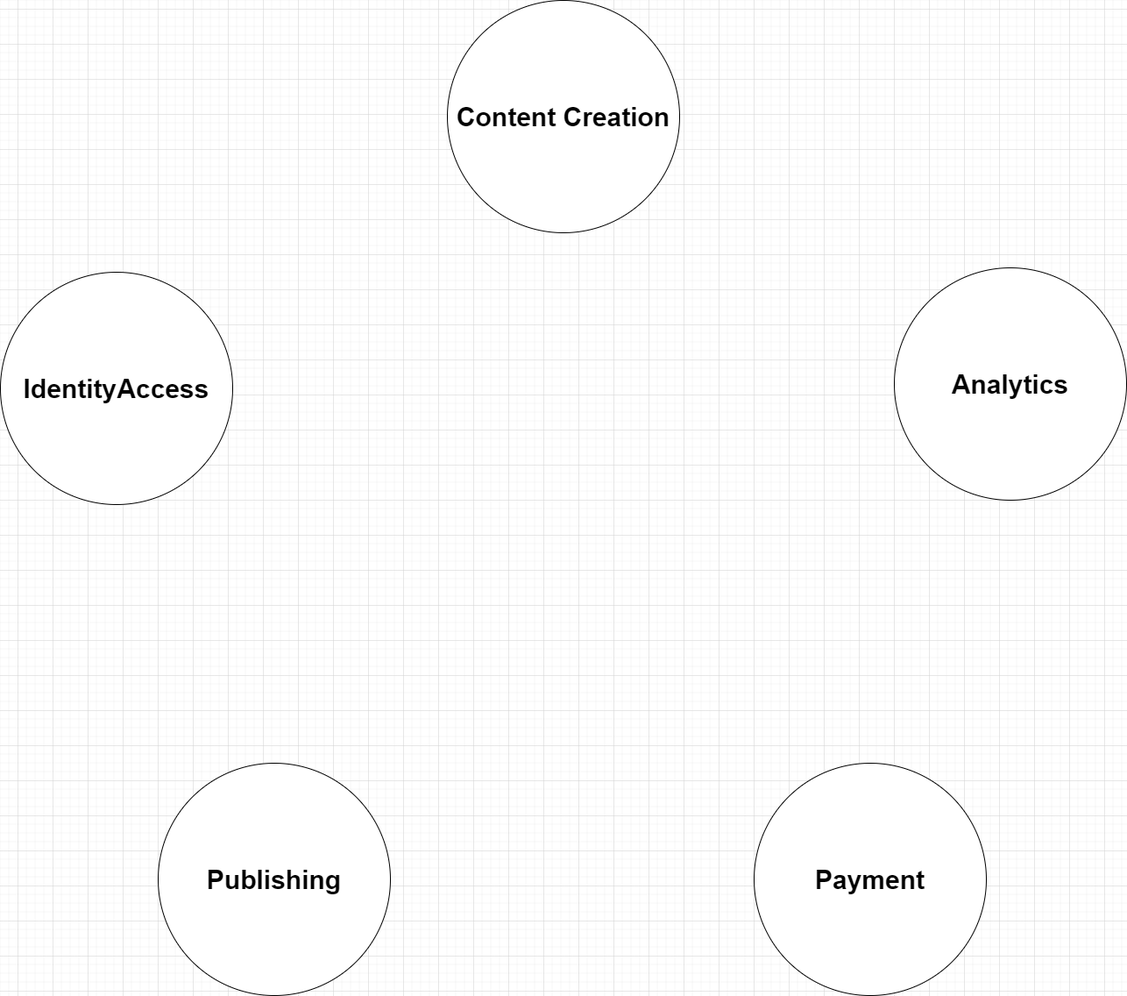
Before: design/BoundedContextAlalysis.png, a diagram exported from draw.io (codefinity/oeuvre). Source tidied: cells renumbered, new cells last; positions are measured from the earlier drawing's top-left corner, leaving out a move shared by most shapes. The source it was exported from:
```xml
<mxGraphModel>
  <root>
    <mxCell id="0" />
    <mxCell id="1" parent="0" />
    <mxCell id="2" value="IdentityAccess" style="ellipse;whiteSpace=wrap;html=1;fontSize=30;fontStyle=1;" parent="1" vertex="1">
      <mxGeometry y="310" width="265" height="265" as="geometry" />
    </mxCell>
    <mxCell id="3" value="Content Creation" style="ellipse;whiteSpace=wrap;html=1;fontSize=30;fontStyle=1;" parent="1" vertex="1">
      <mxGeometry x="510" width="265" height="265" as="geometry" />
    </mxCell>
    <mxCell id="4" value="Publishing" style="ellipse;whiteSpace=wrap;html=1;fontSize=30;fontStyle=1;" parent="1" vertex="1">
      <mxGeometry x="180" y="870" width="265" height="265" as="geometry" />
    </mxCell>
    <mxCell id="5" value="Payment" style="ellipse;whiteSpace=wrap;html=1;fontSize=30;fontStyle=1;" parent="1" vertex="1">
      <mxGeometry x="860" y="870" width="265" height="265" as="geometry" />
    </mxCell>
    <mxCell id="6" value="Analytics" style="ellipse;whiteSpace=wrap;html=1;fontSize=30;fontStyle=1;" parent="1" vertex="1">
      <mxGeometry x="1020" y="305" width="265" height="265" as="geometry" />
    </mxCell>
  </root>
</mxGraphModel>
```
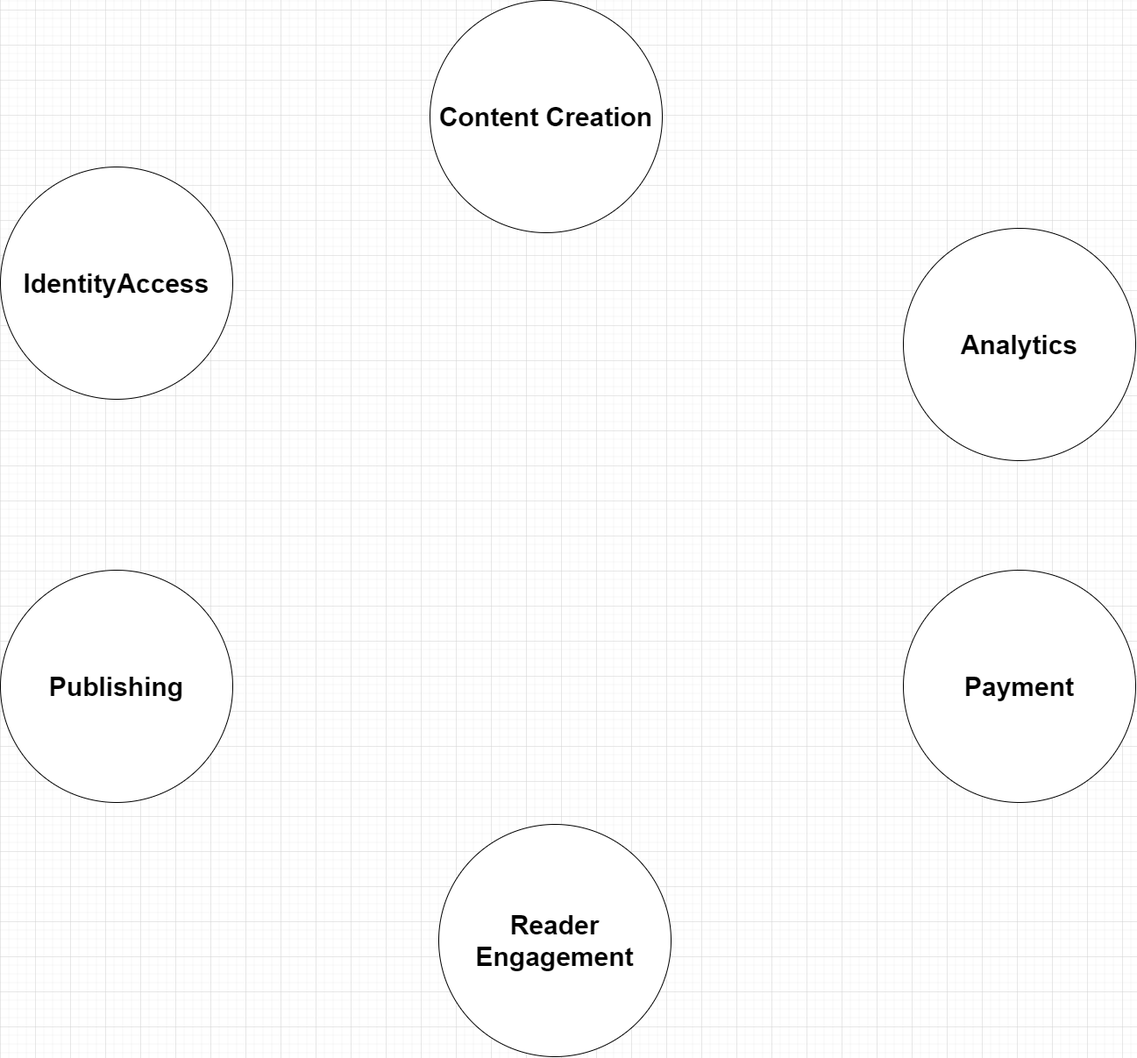
Above is the later version.

Commit message:
Updated the Bounded Context diagram

Diff of the diagram source:
```diff
@@ -3,19 +3,22 @@
     <mxCell id="0" />
     <mxCell id="1" parent="0" />
     <mxCell id="2" value="IdentityAccess" style="ellipse;whiteSpace=wrap;html=1;fontSize=30;fontStyle=1;" parent="1" vertex="1">
-      <mxGeometry y="310" width="265" height="265" as="geometry" />
+      <mxGeometry x="20" y="190" width="265" height="265" as="geometry" />
     </mxCell>
     <mxCell id="3" value="Content Creation" style="ellipse;whiteSpace=wrap;html=1;fontSize=30;fontStyle=1;" parent="1" vertex="1">
       <mxGeometry x="510" width="265" height="265" as="geometry" />
     </mxCell>
     <mxCell id="4" value="Publishing" style="ellipse;whiteSpace=wrap;html=1;fontSize=30;fontStyle=1;" parent="1" vertex="1">
-      <mxGeometry x="180" y="870" width="265" height="265" as="geometry" />
+      <mxGeometry x="20" y="650" width="265" height="265" as="geometry" />
     </mxCell>
     <mxCell id="5" value="Payment" style="ellipse;whiteSpace=wrap;html=1;fontSize=30;fontStyle=1;" parent="1" vertex="1">
-      <mxGeometry x="860" y="870" width="265" height="265" as="geometry" />
+      <mxGeometry x="1050" y="650" width="265" height="265" as="geometry" />
     </mxCell>
     <mxCell id="6" value="Analytics" style="ellipse;whiteSpace=wrap;html=1;fontSize=30;fontStyle=1;" parent="1" vertex="1">
-      <mxGeometry x="1020" y="305" width="265" height="265" as="geometry" />
+      <mxGeometry x="1050" y="260" width="265" height="265" as="geometry" />
     </mxCell>
+    <mxCell id="7" value="Reader&lt;br&gt;Engagement" style="ellipse;whiteSpace=wrap;html=1;fontSize=30;fontStyle=1;" parent="1" vertex="1">
+      <mxGeometry x="520" y="940" width="265" height="265" as="geometry" />
+    </mxCell>
   </root>
 </mxGraphModel>
```
